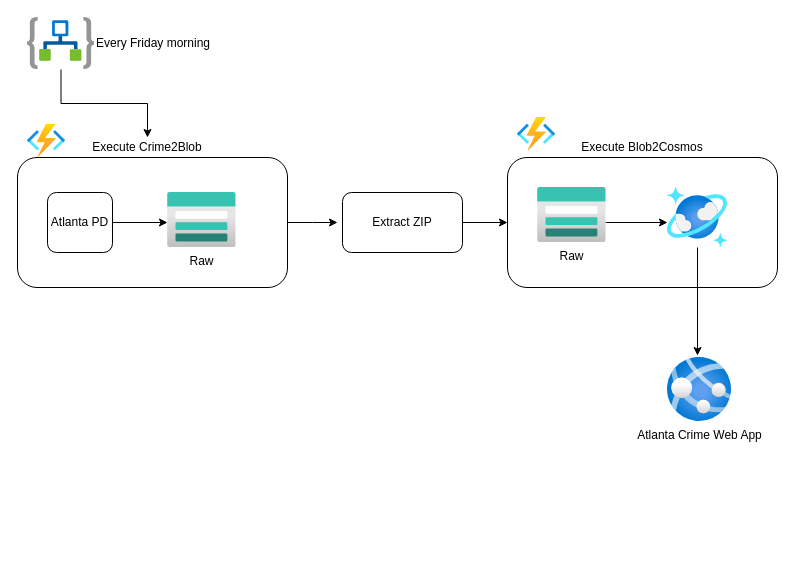
JayJose/atlanta-crime keeps this draw.io diagram as page "update" (1 of 3) of sketchpad.drawio. Above is the earlier version. Source tidied: cells renumbered, new cells numbered last; positions are measured from the earlier drawing's top-left corner, leaving out a move shared by most shapes. Both pictures are drawn from the tidied source at 100%, with x=0, y=0 at pixel (17, 17).
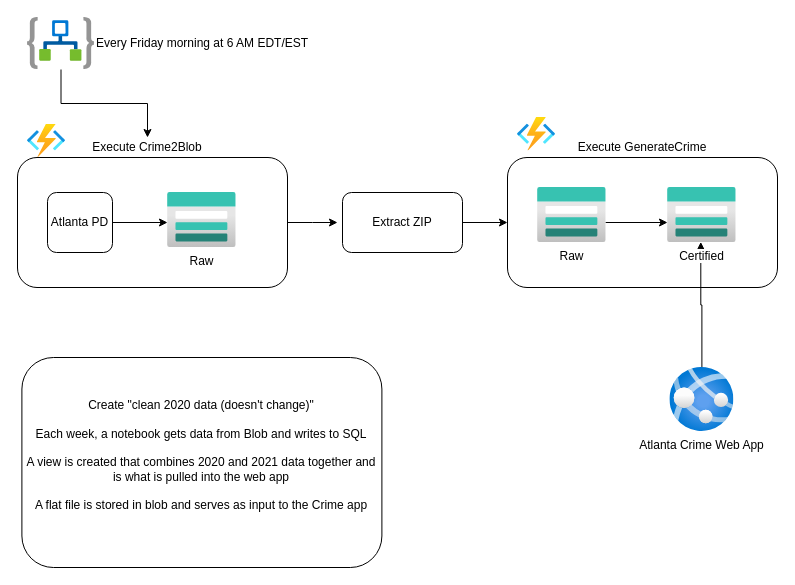
Above is the later version.

Diff of the diagram source:
```diff
@@
-    <mxCell id="10" value="Execute Blob2Cosmos" style="text;html=1;strokeColor=none;fillColor=none;align=center;verticalAlign=middle;whiteSpace=wrap;rounded=0;" parent="1" vertex="1">
+    <mxCell id="10" value="Execute GenerateCrime" style="text;html=1;strokeColor=none;fillColor=none;align=center;verticalAlign=middle;whiteSpace=wrap;rounded=0;" parent="1" vertex="1">
       <mxGeometry x="490" y="120" width="270" height="20" as="geometry" />
     </mxCell>
@@
-    <mxCell id="12" style="edgeStyle=orthogonalEdgeStyle;rounded=0;jettySize=auto;html=1;entryX=0.469;entryY=-0.031;entryDx=0;entryDy=0;entryPerimeter=0;" parent="1" edge="1" source="13" target="20">
-      <mxGeometry relative="1" as="geometry" />
-    </mxCell>
-    <mxCell id="13" style="html=1;points=[];align=center;image;fontSize=12;image=img/lib/azure2/databases/Azure_Cosmos_DB.svg;" parent="1" vertex="1">
-      <mxGeometry x="650" y="170" width="60" height="60" as="geometry" />
-    </mxCell>
@@
-    <mxCell id="19" value="Every Friday morning" style="html=1;points=[];align=left;image;fontSize=12;image=img/lib/azure2/iot/Logic_Apps.svg;labelPosition=right;verticalLabelPosition=middle;verticalAlign=middle;" parent="1" vertex="1">
+    <mxCell id="19" value="Every Friday morning at 6 AM EDT/EST" style="html=1;points=[];align=left;image;fontSize=12;image=img/lib/azure2/iot/Logic_Apps.svg;labelPosition=right;verticalLabelPosition=middle;verticalAlign=middle;" parent="1" vertex="1">
       <mxGeometry x="10" width="67" height="52" as="geometry" />
     </mxCell>
+    <mxCell id="21" style="edgeStyle=orthogonalEdgeStyle;rounded=0;jettySize=auto;html=1;entryX=0.484;entryY=0.99;entryDx=0;entryDy=0;entryPerimeter=0;" parent="1" edge="1" source="20" target="23">
+      <mxGeometry relative="1" as="geometry" />
+    </mxCell>
     <mxCell id="20" value="Atlanta Crime Web App" style="html=1;points=[];align=center;image;fontSize=12;image=img/lib/azure2/compute/App_Services.svg;" parent="1" vertex="1">
-      <mxGeometry x="650" y="340" width="64" height="64" as="geometry" />
+      <mxGeometry x="652.4" y="350" width="64" height="64" as="geometry" />
     </mxCell>
+    <mxCell id="22" value="Create &quot;clean 2020 data (doesn't change)&quot;&lt;br&gt;&lt;br&gt;Each week, a notebook gets data from Blob and writes to SQL&lt;br&gt;&lt;br&gt;A view is created that combines 2020 and 2021 data together and is what is pulled into the web app&lt;br&gt;&lt;br&gt;A flat file is stored in blob and serves as input to the Crime app&lt;br&gt;&lt;br&gt;" style="rounded=1;whiteSpace=wrap;html=1;" parent="1" vertex="1">
+      <mxGeometry x="4.4" y="340" width="360" height="210" as="geometry" />
+    </mxCell>
+    <mxCell id="23" value="Certified" style="html=1;points=[];align=center;image;fontSize=12;image=img/lib/azure2/storage/Storage_Accounts.svg;" parent="1" vertex="1">
+      <mxGeometry x="650" y="170" width="68.8" height="55" as="geometry" />
+    </mxCell>
```
